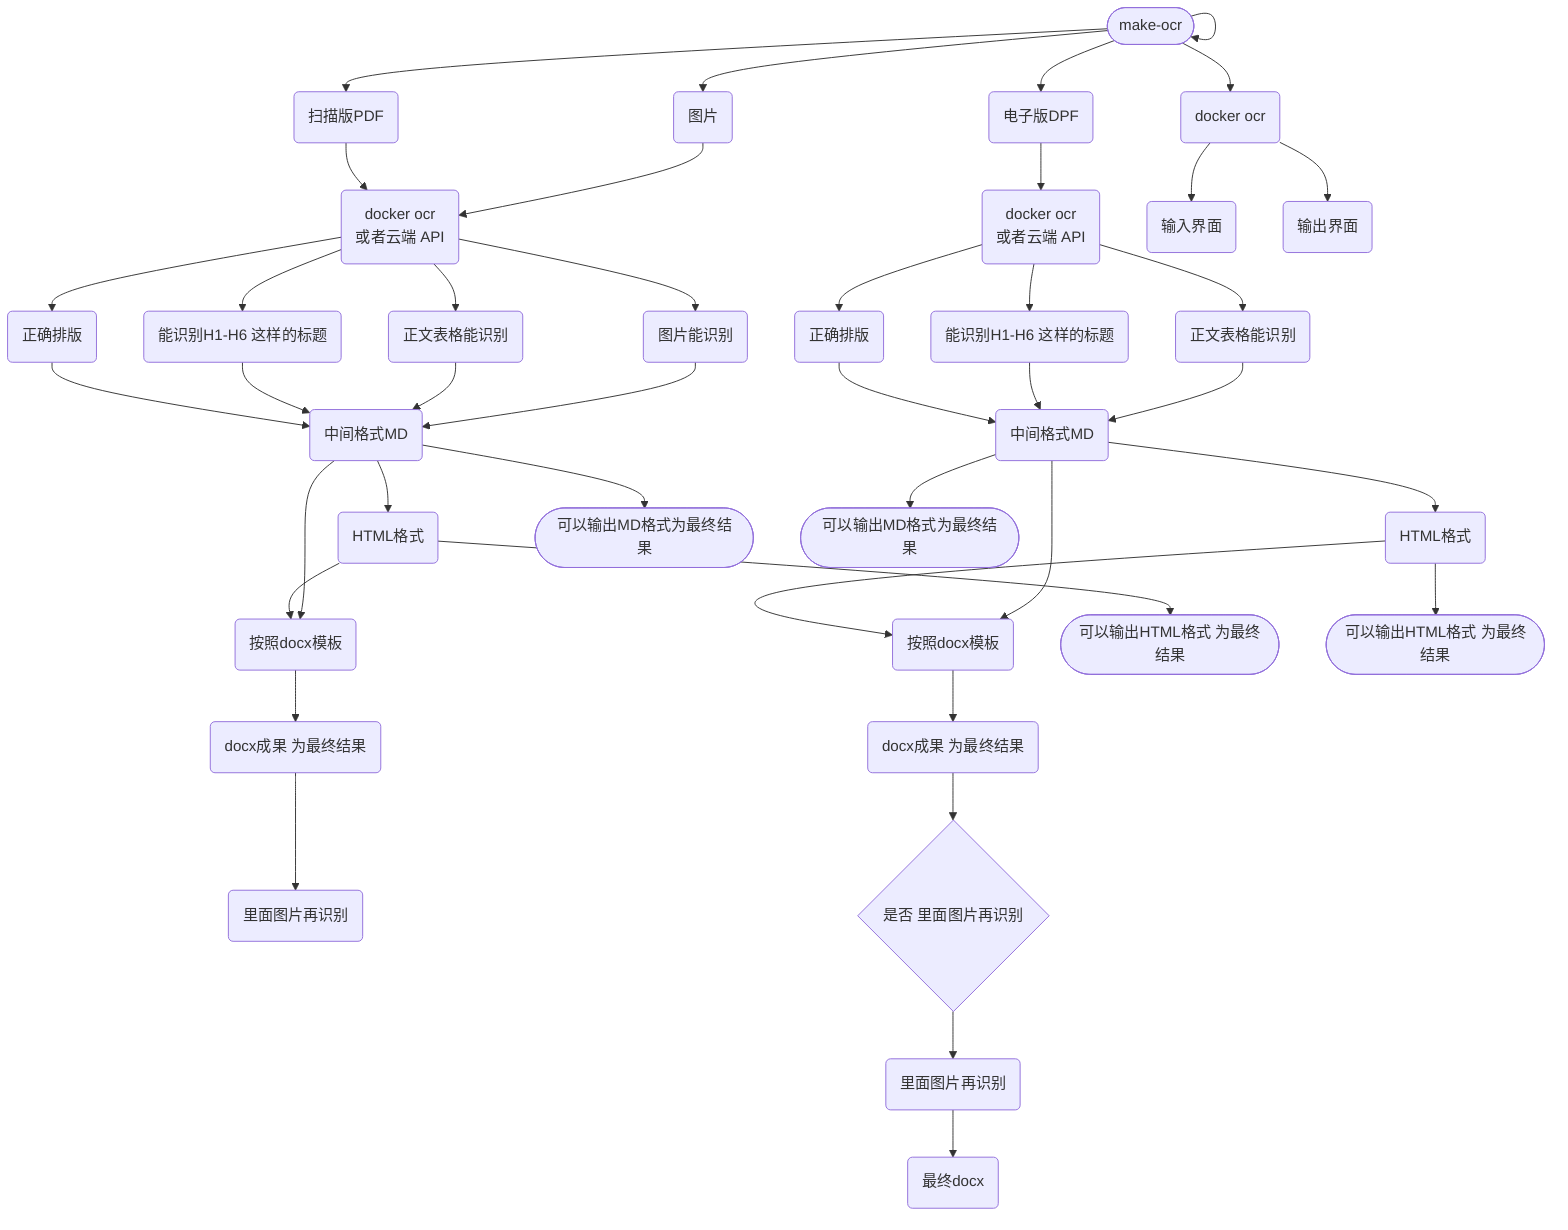
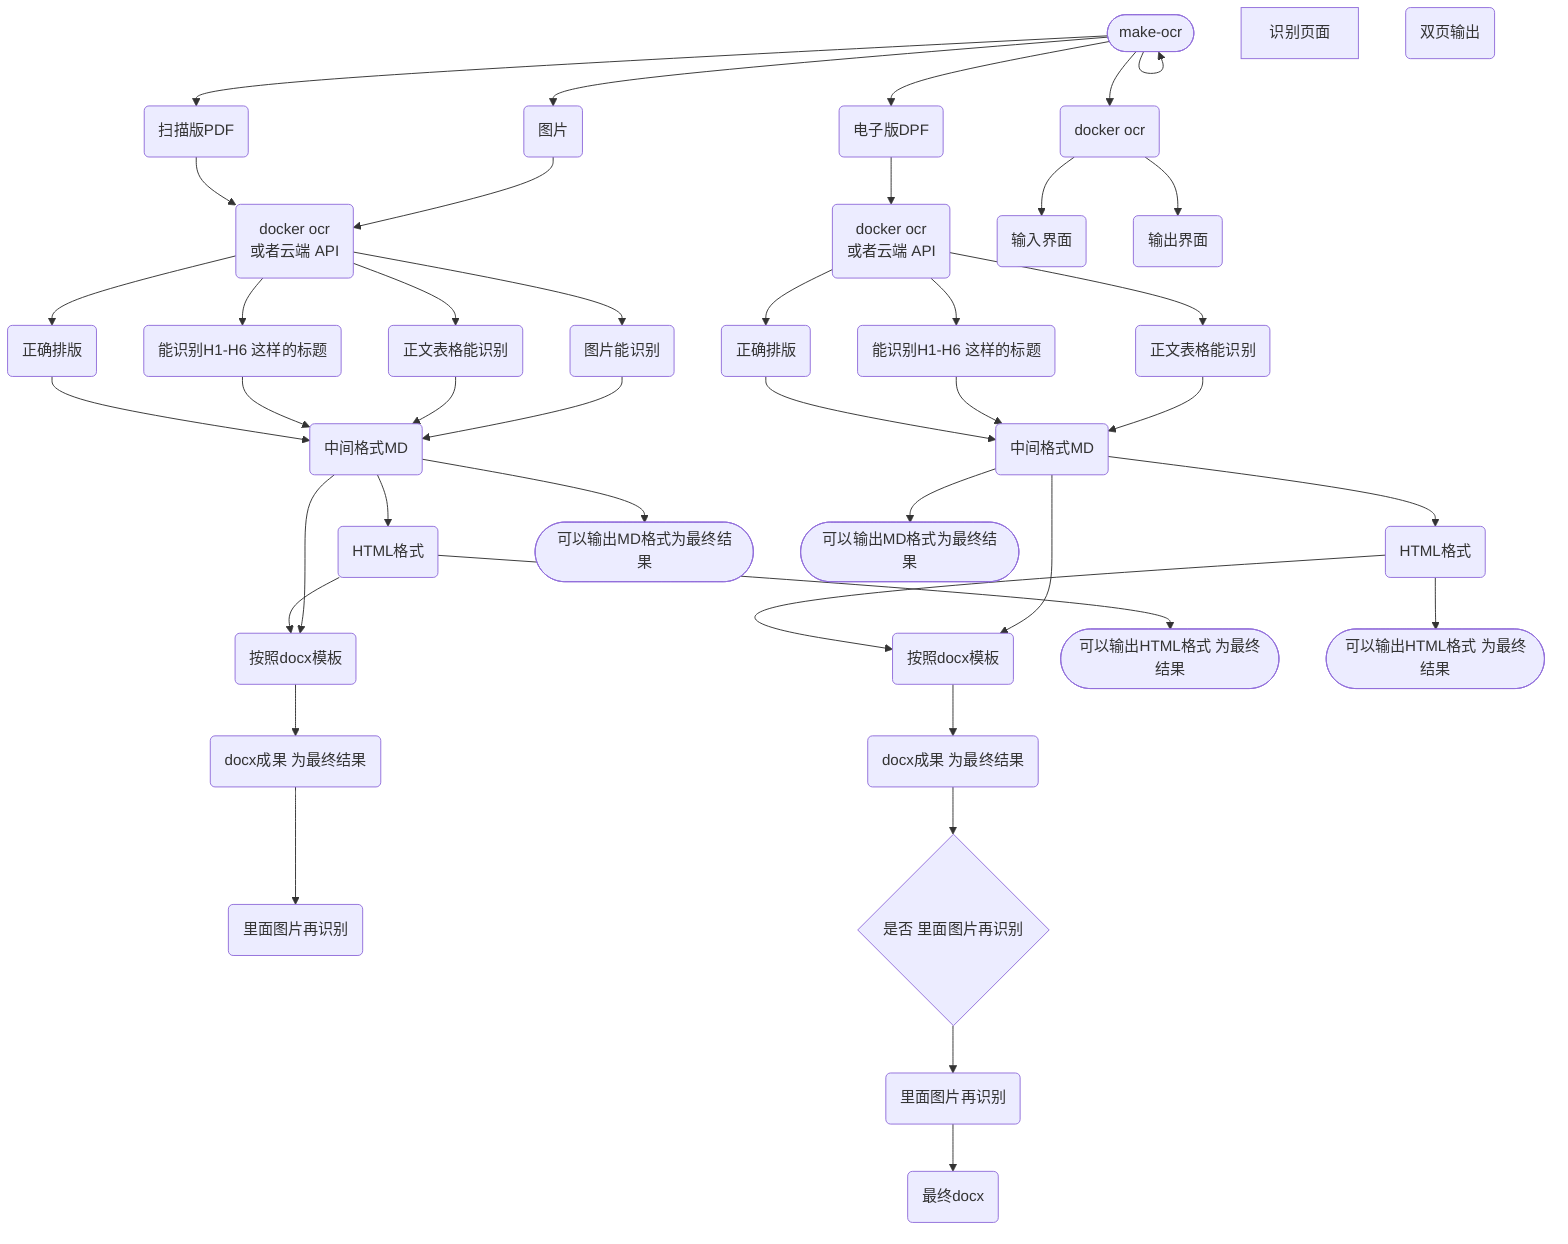
flowchart TD
  n_0(["make-ocr"])
  n_1("扫描版PDF")
  n_2("电子版DPF")
  n_3("docker ocr<br/>或者云端 API")
  n_4("图片")
  n_5("能识别H1-H6 这样的标题")
  n_6("正文表格能识别")
  n_7("图片能识别")
  n_8("按照docx模板")
  n_9("里面图片再识别")
  n_10("docx成果 为最终结果")
  n_11("中间格式MD")
  n_12("HTML格式")
  n_13("docker ocr<br/>或者云端 API")
  n_14("能识别H1-H6 这样的标题")
  n_15("正文表格能识别")
  n_16("按照docx模板")
  n_17("docx成果 为最终结果")
  n_18("中间格式MD")
  n_19("HTML格式")
  n_20("最终docx")
  n_21("里面图片再识别")
  n_22{"是否 里面图片再识别"}
  n_23("正确排版")
  n_24("正确排版")
  n_25(["可以输出MD格式为最终结果"])
  n_26(["可以输出MD格式为最终结果"])
  n_27(["可以输出HTML格式 为最终结果"])
  n_28(["可以输出HTML格式 为最终结果"])
  n_29("docker ocr")
  n_30("输入界面")
  n_31("输出界面")
+   n_32["识别页面<br/>"]
+   n_33("双页输出")
  n_0 --> n_0
  n_0 --> n_1
  n_0 --> n_2
  n_0 --> n_4
  n_11 --> n_8
  n_11 --> n_12
  n_12 --> n_8
  n_8 --> n_10
  n_10 --> n_9
  n_18 --> n_16
  n_18 --> n_19
  n_19 --> n_16
  n_16 --> n_17
  n_4 --> n_3
  n_1 --> n_3
  n_2 --> n_13
  n_13 --> n_14
  n_13 --> n_15
  n_15 --> n_18
  n_14 --> n_18
  n_7 --> n_11
  n_6 --> n_11
  n_5 --> n_11
  n_3 --> n_6
  n_21 --> n_20
  n_17 --> n_22
  n_22 --> n_21
  n_3 --> n_5
  n_3 --> n_7
  n_3 --> n_23
  n_23 --> n_11
  n_13 --> n_24
  n_24 --> n_18
  n_11 --> n_25
  n_18 --> n_26
  n_12 --> n_27
  n_19 --> n_28
  n_0 --> n_29
  n_29 --> n_30
  n_29 --> n_31
